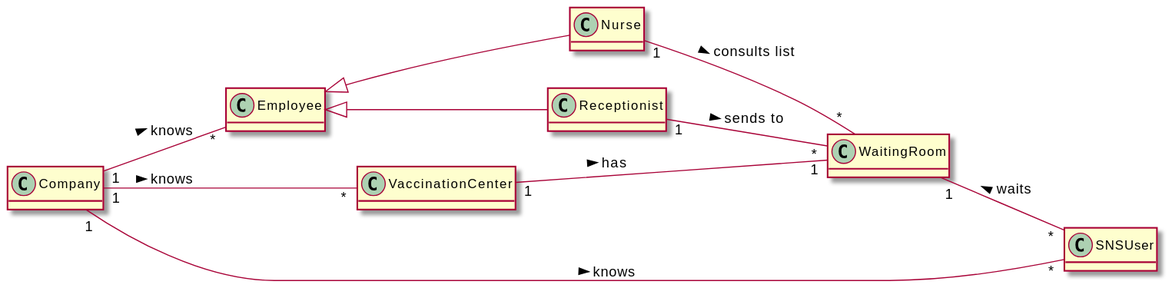
Before: docs/SprintC/US05/DM/US05_DM.svg, a diagram exported from PlantUML (miseEnPlace-i/lapr2).
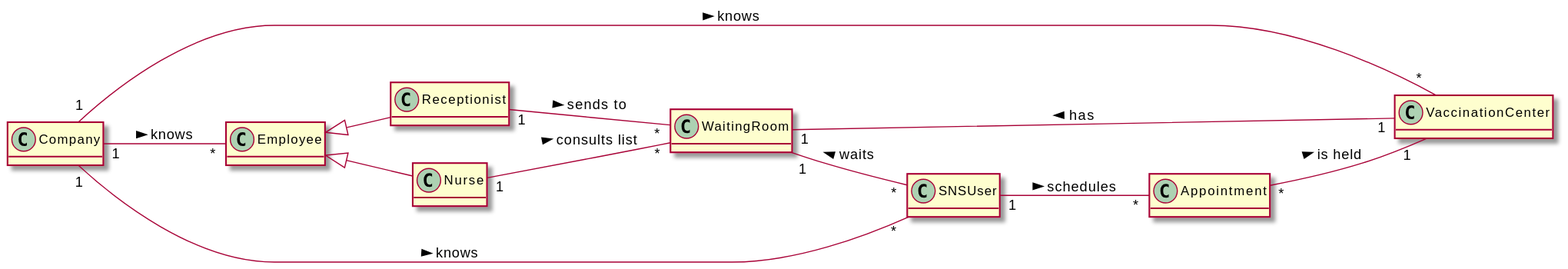
Later version of the same file.

Diff of the diagram source:
```diff
@@ -17,6 +17,8 @@
 
 class Company {}
 
+class Appointment {}
+
 Employee <|-- Nurse
 Employee <|-- Receptionist
 
@@ -30,4 +32,7 @@
 Company "1" -- "*" SNSUser : knows >
 Company "1" -- "*" Employee : knows >
 
+SNSUser "1" -- "*" Appointment : schedules >
+Appointment "*" -- "1" VaccinationCenter : is held >
+
 @enduml
```
